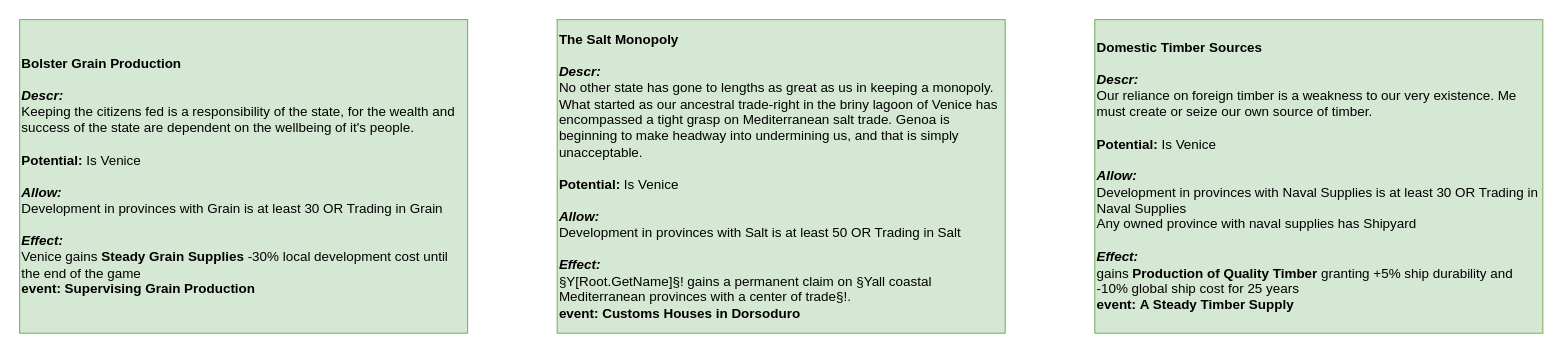
This is page "Decisions" (3 of 3) of Venice/It's Moleche Time 0.4.drawio from Melvasul/Missions-Expanded, a draw.io file, before an edit. Source tidied: cells renumbered, new cells numbered last; positions are measured from the earlier drawing's top-left corner, leaving out a move shared by most shapes. Both pictures are drawn from the tidied source at 112%, with x=0, y=0 at pixel (19, 19).
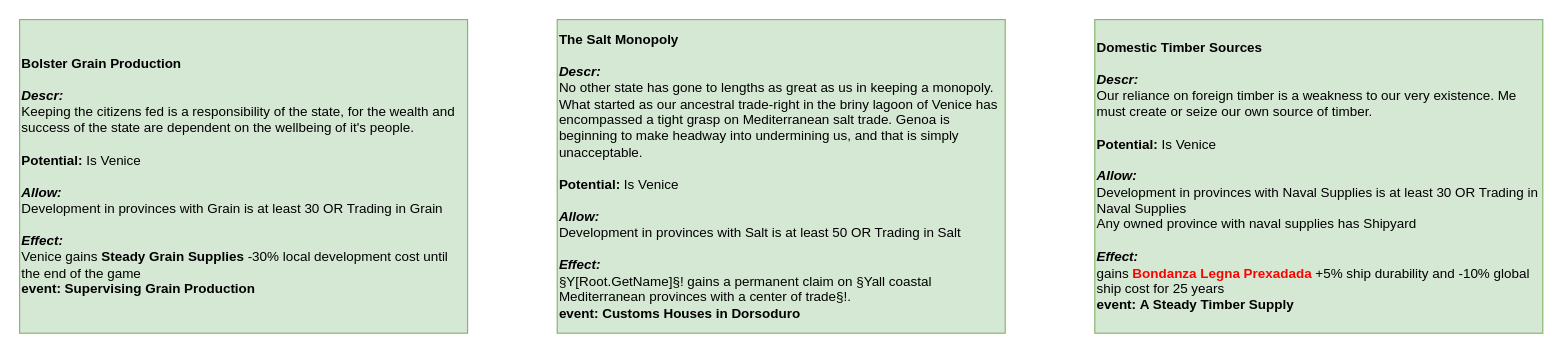
The same page after the edit.

Change to the diagram source:
```diff
@@
 <mxGraphModel>
   <root>
     <mxCell id="0" />
     <mxCell id="1" parent="0" />
     <mxCell id="2" value="&lt;div&gt;&lt;b&gt;Bolster Grain Production&lt;/b&gt;&lt;br&gt;&lt;/div&gt;&lt;div&gt;&lt;b&gt;&lt;br&gt;&lt;/b&gt;&lt;/div&gt;&lt;div&gt;&lt;b&gt;&lt;i&gt;Descr:&lt;/i&gt;&lt;/b&gt;&amp;nbsp;&lt;/div&gt;&lt;div&gt;Keeping the citizens fed is a responsibility of the state, for the wealth and success of the state are dependent on the wellbeing of it's people.&lt;br&gt;&lt;/div&gt;&lt;div&gt;&lt;br&gt;&lt;/div&gt;&lt;div&gt;&lt;b&gt;Potential:&lt;/b&gt; Is Venice&lt;/div&gt;&lt;div&gt;&lt;br&gt;&lt;/div&gt;&lt;div style=&quot;font-size: 12px&quot;&gt;&lt;span style=&quot;font-size: 12px&quot;&gt;&lt;b&gt;&lt;i&gt;Allow:&lt;/i&gt;&lt;/b&gt;&lt;/span&gt;&lt;/div&gt;&lt;div style=&quot;font-size: 12px&quot;&gt;Development in provinces with Grain is at least 30 OR Trading in Grain&lt;/div&gt;&lt;div style=&quot;font-size: 12px&quot;&gt;&lt;br&gt;&lt;/div&gt;&lt;div style=&quot;font-size: 12px&quot;&gt;&lt;span style=&quot;font-size: 12px&quot;&gt;&lt;b&gt;&lt;i&gt;Effect:&lt;/i&gt;&lt;/b&gt;&lt;/span&gt;&lt;/div&gt;&lt;div style=&quot;font-size: 12px&quot;&gt;Venice gains&amp;nbsp;&lt;b&gt;Steady Grain Supplies&lt;/b&gt;&amp;nbsp;-30% local development cost until the end of the game&lt;/div&gt;&lt;div&gt;&lt;/div&gt;&lt;b&gt;event: Supervising Grain Production&lt;/b&gt;" style="rounded=0;whiteSpace=wrap;html=1;fillColor=#d5e8d4;strokeColor=#82b366;fontSize=12;align=left;" parent="1" vertex="1">
       <mxGeometry width="400" height="280" as="geometry" />
     </mxCell>
     <mxCell id="3" value="&lt;div&gt;&lt;b&gt;The Salt Monopoly&lt;/b&gt;&lt;br&gt;&lt;/div&gt;&lt;div&gt;&lt;b&gt;&lt;br&gt;&lt;/b&gt;&lt;/div&gt;&lt;div&gt;&lt;b&gt;&lt;i&gt;Descr:&lt;/i&gt;&lt;/b&gt;&amp;nbsp;&lt;/div&gt;&lt;div&gt;No other state has gone to lengths as great as us in keeping a monopoly. What started as our ancestral trade-right in the briny lagoon of Venice has encompassed a tight grasp on Mediterranean salt trade. Genoa is beginning to make headway into undermining us, and that is simply unacceptable.&lt;/div&gt;&lt;div&gt;&lt;br&gt;&lt;/div&gt;&lt;div&gt;&lt;b&gt;Potential:&lt;/b&gt;&amp;nbsp;Is Venice&lt;/div&gt;&lt;div&gt;&lt;br&gt;&lt;/div&gt;&lt;div&gt;&lt;b&gt;&lt;i&gt;Allow:&lt;/i&gt;&lt;/b&gt;&lt;/div&gt;&lt;div style=&quot;font-size: 12px&quot;&gt;Development in provinces with Salt is at least 50&amp;nbsp;OR Trading in Salt&lt;/div&gt;&lt;div style=&quot;font-size: 12px&quot;&gt;&lt;br&gt;&lt;/div&gt;&lt;div style=&quot;font-size: 12px&quot;&gt;&lt;span style=&quot;font-size: 12px&quot;&gt;&lt;b&gt;&lt;i&gt;Effect:&lt;/i&gt;&lt;/b&gt;&lt;/span&gt;&lt;/div&gt;&lt;div&gt;§Y[Root.GetName]§! gains a permanent claim on §Yall coastal Mediterranean provinces with a center of trade§!.&lt;br&gt;&lt;/div&gt;&lt;div&gt;&lt;/div&gt;&lt;b&gt;event:&amp;nbsp;Customs Houses in Dorsoduro&lt;/b&gt;" style="rounded=0;whiteSpace=wrap;html=1;fillColor=#d5e8d4;strokeColor=#82b366;fontSize=12;align=left;" parent="1" vertex="1">
       <mxGeometry x="480" width="400" height="280" as="geometry" />
     </mxCell>
-    <mxCell id="4" value="&lt;div&gt;&lt;b&gt;Domestic Timber Sources&lt;/b&gt;&lt;br&gt;&lt;/div&gt;&lt;div&gt;&lt;b&gt;&lt;br&gt;&lt;/b&gt;&lt;/div&gt;&lt;div&gt;&lt;b&gt;&lt;i&gt;Descr:&lt;/i&gt;&lt;/b&gt;&amp;nbsp;&lt;/div&gt;&lt;div&gt;Our reliance on foreign timber is a weakness to our very existence. Me must create or seize our own source of timber.&lt;/div&gt;&lt;div&gt;&lt;br&gt;&lt;/div&gt;&lt;div&gt;&lt;b&gt;Potential:&lt;/b&gt;&amp;nbsp;Is Venice&lt;/div&gt;&lt;div&gt;&lt;br&gt;&lt;/div&gt;&lt;div&gt;&lt;b&gt;&lt;i&gt;Allow:&lt;/i&gt;&lt;/b&gt;&lt;/div&gt;&lt;div style=&quot;font-size: 12px&quot;&gt;Development in provinces with Naval Supplies is at least 30 OR Trading in Naval Supplies&lt;/div&gt;&lt;div style=&quot;font-size: 12px&quot;&gt;Any owned province with naval supplies has Shipyard&lt;/div&gt;&lt;div style=&quot;font-size: 12px&quot;&gt;&lt;br&gt;&lt;/div&gt;&lt;div style=&quot;font-size: 12px&quot;&gt;&lt;span style=&quot;font-size: 12px&quot;&gt;&lt;b&gt;&lt;i&gt;Effect:&lt;/i&gt;&lt;/b&gt;&lt;/span&gt;&lt;/div&gt;&lt;div&gt;gains&amp;nbsp;&lt;b&gt;Production of Quality Timber&lt;/b&gt;&amp;nbsp;granting +&lt;font&gt;5&lt;/font&gt;% ship durability and -10% global ship cost for 25 years&lt;br&gt;&lt;/div&gt;&lt;div&gt;&lt;/div&gt;&lt;b&gt;event:&amp;nbsp;A Steady Timber Supply&lt;/b&gt;" style="rounded=0;whiteSpace=wrap;html=1;fillColor=#d5e8d4;strokeColor=#82b366;fontSize=12;align=left;labelBackgroundColor=none;fontColor=#000000;" parent="1" vertex="1">
+    <mxCell id="4" value="&lt;div&gt;&lt;b&gt;Domestic Timber Sources&lt;/b&gt;&lt;br&gt;&lt;/div&gt;&lt;div&gt;&lt;b&gt;&lt;br&gt;&lt;/b&gt;&lt;/div&gt;&lt;div&gt;&lt;b&gt;&lt;i&gt;Descr:&lt;/i&gt;&lt;/b&gt;&amp;nbsp;&lt;/div&gt;&lt;div&gt;Our reliance on foreign timber is a weakness to our very existence. Me must create or seize our own source of timber.&lt;/div&gt;&lt;div&gt;&lt;br&gt;&lt;/div&gt;&lt;div&gt;&lt;b&gt;Potential:&lt;/b&gt;&amp;nbsp;Is Venice&lt;/div&gt;&lt;div&gt;&lt;br&gt;&lt;/div&gt;&lt;div&gt;&lt;b&gt;&lt;i&gt;Allow:&lt;/i&gt;&lt;/b&gt;&lt;/div&gt;&lt;div style=&quot;font-size: 12px&quot;&gt;Development in provinces with Naval Supplies is at least 30 OR Trading in Naval Supplies&lt;/div&gt;&lt;div style=&quot;font-size: 12px&quot;&gt;Any owned province with naval supplies has Shipyard&lt;/div&gt;&lt;div style=&quot;font-size: 12px&quot;&gt;&lt;br&gt;&lt;/div&gt;&lt;div style=&quot;font-size: 12px&quot;&gt;&lt;span style=&quot;font-size: 12px&quot;&gt;&lt;b&gt;&lt;i&gt;Effect:&lt;/i&gt;&lt;/b&gt;&lt;/span&gt;&lt;/div&gt;&lt;div&gt;gains &lt;font color=&quot;#ff0000&quot;&gt;&lt;b&gt;Bondanza Legna Prexadada&lt;/b&gt;&lt;/font&gt;&amp;nbsp;+&lt;font&gt;5&lt;/font&gt;% ship durability and -10% global ship cost for 25 years&lt;br&gt;&lt;/div&gt;&lt;div&gt;&lt;/div&gt;&lt;b&gt;event:&amp;nbsp;A Steady Timber Supply&lt;/b&gt;" style="rounded=0;whiteSpace=wrap;html=1;fillColor=#d5e8d4;strokeColor=#82b366;fontSize=12;align=left;labelBackgroundColor=none;fontColor=#000000;" parent="1" vertex="1">
       <mxGeometry x="960" width="400" height="280" as="geometry" />
     </mxCell>
   </root>
 </mxGraphModel>
```
